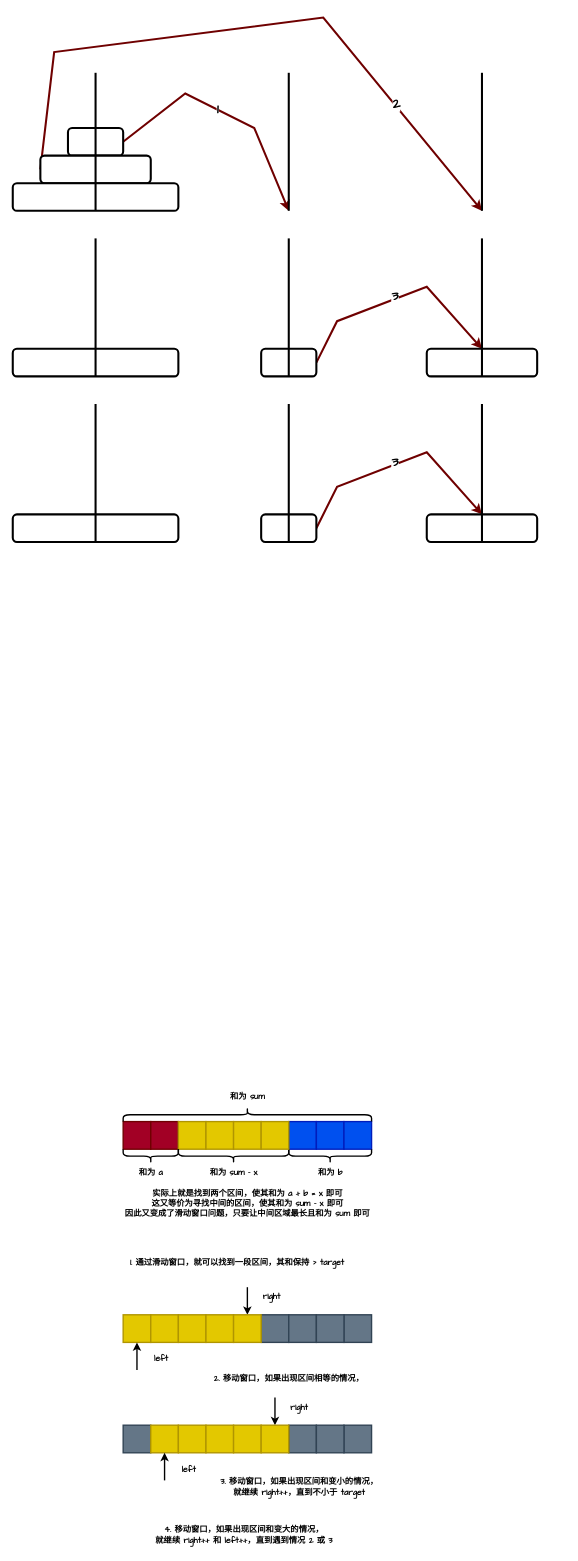
Before: ExerciseNote/分类题目.drawio in xiaogithubooo/LimouLearnNote, a draw.io diagram. Source tidied: cells renumbered, new cells numbered last; positions are measured from the earlier drawing's top-left corner, leaving out a move shared by most shapes. Both pictures are drawn from the tidied source at 69%, with x=0, y=0 at pixel (12, 17).
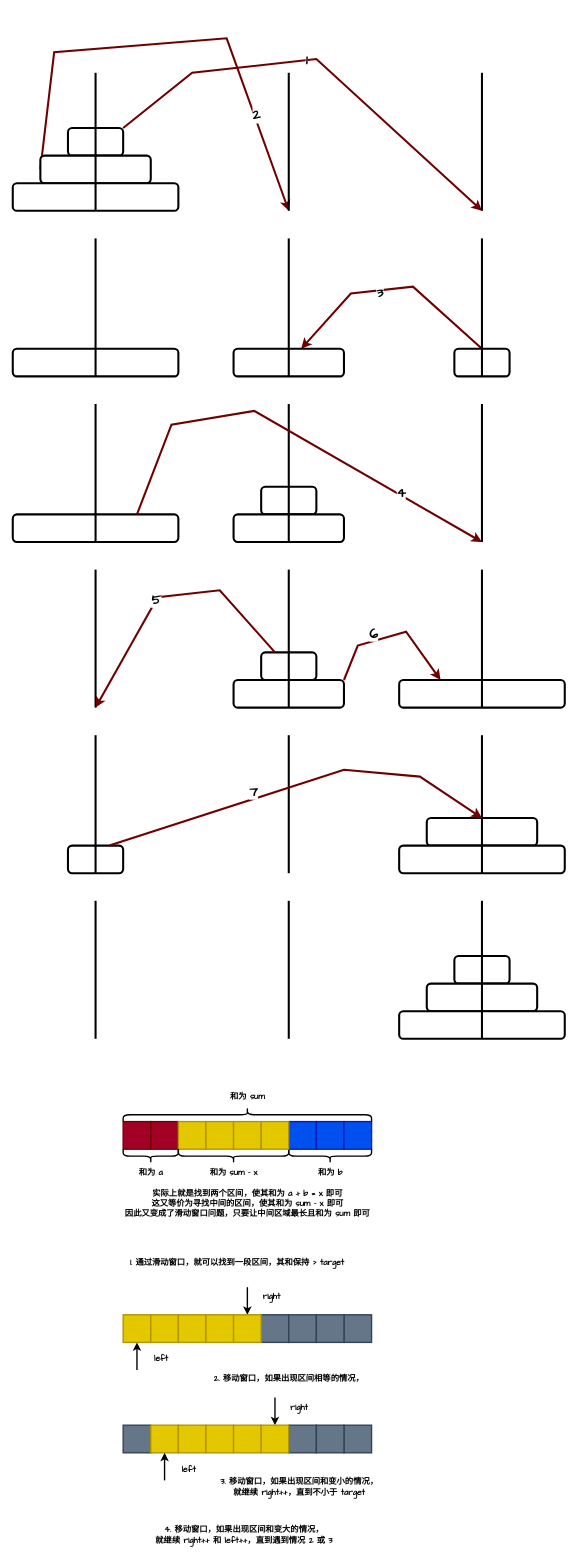
After the change.

Unchanged cells that the change refers to:
```xml
<mxCell id="4" style="rounded=1;whiteSpace=wrap;html=1;strokeWidth=3;fontFamily=Comic Sans MS;" parent="1" vertex="1">
  <mxGeometry x="80" y="160" width="80" height="40" as="geometry" />
</mxCell>
<mxCell id="7" style="rounded=1;whiteSpace=wrap;html=1;strokeWidth=3;fontFamily=Comic Sans MS;" parent="1" vertex="1">
  <mxGeometry x="40" y="200" width="160" height="40" as="geometry" />
</mxCell>
<mxCell id="24" style="rounded=1;whiteSpace=wrap;html=1;strokeWidth=3;fontFamily=Comic Sans MS;" parent="1" vertex="1">
  <mxGeometry y="720" width="240" height="40" as="geometry" />
</mxCell>
```

The edit, as a diff of the source:
```diff
@@
-    <mxCell id="2" style="rounded=0;jettySize=auto;html=1;exitX=1;exitY=0.5;exitDx=0;exitDy=0;strokeWidth=3;fillColor=#a20025;strokeColor=#6F0000;fontFamily=Comic Sans MS;" parent="1" edge="1" source="4">
+    <mxCell id="2" style="rounded=0;jettySize=auto;html=1;exitX=1;exitY=0;exitDx=0;exitDy=0;strokeWidth=3;fillColor=#a20025;strokeColor=#6F0000;fontFamily=Comic Sans MS;" parent="1" edge="1" source="4">
       <mxGeometry relative="1" as="geometry">
-        <mxPoint x="400" y="280" as="targetPoint" />
+        <mxPoint x="680" y="280" as="targetPoint" />
         <Array as="points">
-          <mxPoint x="250" y="110" />
-          <mxPoint x="350" y="160" />
+          <mxPoint x="260" y="80" />
+          <mxPoint x="440" y="60" />
         </Array>
       </mxGeometry>
     </mxCell>
@@
     <mxCell id="5" style="rounded=0;jettySize=auto;html=1;exitX=0;exitY=0.5;exitDx=0;exitDy=0;strokeWidth=3;fillColor=#a20025;strokeColor=#6F0000;fontFamily=Comic Sans MS;" parent="1" edge="1" source="7">
       <mxGeometry relative="1" as="geometry">
-        <mxPoint x="680" y="280" as="targetPoint" />
+        <mxPoint x="400" y="280" as="targetPoint" />
         <Array as="points">
           <mxPoint x="60" y="50" />
-          <mxPoint x="450" />
+          <mxPoint x="310" y="30" />
         </Array>
       </mxGeometry>
     </mxCell>
@@
-    <mxCell id="12" style="rounded=0;jettySize=auto;html=1;exitX=1;exitY=0.5;exitDx=0;exitDy=0;strokeWidth=3;fillColor=#a20025;strokeColor=#6F0000;fontFamily=Comic Sans MS;" parent="1" edge="1" source="14">
+    <mxCell id="12" style="rounded=0;jettySize=auto;html=1;strokeWidth=3;fillColor=#a20025;strokeColor=#6F0000;fontFamily=Comic Sans MS;" parent="1" edge="1" target="15">
       <mxGeometry relative="1" as="geometry">
-        <mxPoint x="680" y="480" as="targetPoint" />
+        <mxPoint x="680" y="480" as="sourcePoint" />
         <Array as="points">
-          <mxPoint x="470" y="440" />
-          <mxPoint x="600" y="390" />
+          <mxPoint x="580" y="390" />
+          <mxPoint x="490" y="400" />
         </Array>
       </mxGeometry>
     </mxCell>
     <mxCell id="13" value="3" style="edgeLabel;html=1;align=center;verticalAlign=middle;fontFamily=Comic Sans MS;fontStyle=1;fontSize=20;" parent="12" vertex="1">
-      <mxGeometry x="-0.03" y="5" relative="1" as="geometry" />
+      <mxGeometry x="-0.03" y="5" relative="1" as="geometry">
+        <mxPoint x="-23" as="offset" />
+      </mxGeometry>
     </mxCell>
     <mxCell id="14" style="rounded=1;whiteSpace=wrap;html=1;strokeWidth=3;fontFamily=Comic Sans MS;" parent="1" vertex="1">
-      <mxGeometry x="360" y="480" width="80" height="40" as="geometry" />
+      <mxGeometry x="640" y="480" width="80" height="40" as="geometry" />
     </mxCell>
     <mxCell id="15" style="rounded=1;whiteSpace=wrap;html=1;strokeWidth=3;fontFamily=Comic Sans MS;" parent="1" vertex="1">
-      <mxGeometry x="600" y="480" width="160" height="40" as="geometry" />
+      <mxGeometry x="320" y="480" width="160" height="40" as="geometry" />
     </mxCell>
@@
-    <mxCell id="20" style="rounded=0;jettySize=auto;html=1;exitX=1;exitY=0.5;exitDx=0;exitDy=0;strokeWidth=3;fillColor=#a20025;strokeColor=#6F0000;fontFamily=Comic Sans MS;" parent="1" edge="1" source="22">
-      <mxGeometry relative="1" as="geometry">
-        <mxPoint x="680" y="720" as="targetPoint" />
-        <Array as="points">
-          <mxPoint x="470" y="680" />
-          <mxPoint x="600" y="630" />
-        </Array>
-      </mxGeometry>
-    </mxCell>
-    <mxCell id="21" value="3" style="edgeLabel;html=1;align=center;verticalAlign=middle;fontFamily=Comic Sans MS;fontStyle=1;fontSize=20;" parent="20" vertex="1">
-      <mxGeometry x="-0.03" y="5" relative="1" as="geometry" />
-    </mxCell>
     <mxCell id="22" style="rounded=1;whiteSpace=wrap;html=1;strokeWidth=3;fontFamily=Comic Sans MS;" parent="1" vertex="1">
-      <mxGeometry x="360" y="720" width="80" height="40" as="geometry" />
+      <mxGeometry x="360" y="680" width="80" height="40" as="geometry" />
     </mxCell>
     <mxCell id="23" style="rounded=1;whiteSpace=wrap;html=1;strokeWidth=3;fontFamily=Comic Sans MS;" parent="1" vertex="1">
-      <mxGeometry x="600" y="720" width="160" height="40" as="geometry" />
+      <mxGeometry x="320" y="720" width="160" height="40" as="geometry" />
     </mxCell>
@@
+    <mxCell id="76" style="rounded=0;jettySize=auto;html=1;exitX=0.75;exitY=0;exitDx=0;exitDy=0;strokeWidth=3;fillColor=#a20025;strokeColor=#6F0000;fontFamily=Comic Sans MS;" parent="1" edge="1" source="24">
+      <mxGeometry relative="1" as="geometry">
+        <mxPoint x="680" y="760" as="targetPoint" />
+        <Array as="points">
+          <mxPoint x="230" y="590" />
+          <mxPoint x="350" y="570" />
+        </Array>
+      </mxGeometry>
+    </mxCell>
+    <mxCell id="77" value="4" style="edgeLabel;html=1;align=center;verticalAlign=middle;fontStyle=1;fontFamily=Comic Sans MS;fontSize=20;" parent="76" vertex="1">
+      <mxGeometry x="0.57" y="3" relative="1" as="geometry" />
+    </mxCell>
+    <mxCell id="78" style="rounded=1;whiteSpace=wrap;html=1;strokeWidth=3;fontFamily=Comic Sans MS;" parent="1" vertex="1">
+      <mxGeometry x="360" y="920" width="80" height="40" as="geometry" />
+    </mxCell>
+    <mxCell id="79" style="rounded=1;whiteSpace=wrap;html=1;strokeWidth=3;fontFamily=Comic Sans MS;" parent="1" vertex="1">
+      <mxGeometry x="320" y="960" width="160" height="40" as="geometry" />
+    </mxCell>
+    <mxCell id="80" style="rounded=1;whiteSpace=wrap;html=1;strokeWidth=3;fontFamily=Comic Sans MS;" parent="1" vertex="1">
+      <mxGeometry x="560" y="960" width="240" height="40" as="geometry" />
+    </mxCell>
+    <mxCell id="81" style="endArrow=none;html=1;rounded=0;strokeWidth=3;fontFamily=Comic Sans MS;" parent="1" edge="1">
+      <mxGeometry relative="1" as="geometry">
+        <mxPoint x="120" y="1000" as="sourcePoint" />
+        <mxPoint x="120" y="800" as="targetPoint" />
+      </mxGeometry>
+    </mxCell>
+    <mxCell id="82" style="endArrow=none;html=1;rounded=0;strokeWidth=3;fontFamily=Comic Sans MS;" parent="1" edge="1">
+      <mxGeometry relative="1" as="geometry">
+        <mxPoint x="400" y="1000" as="sourcePoint" />
+        <mxPoint x="400" y="800" as="targetPoint" />
+      </mxGeometry>
+    </mxCell>
+    <mxCell id="83" style="endArrow=none;html=1;rounded=0;strokeWidth=3;fontFamily=Comic Sans MS;" parent="1" edge="1">
+      <mxGeometry relative="1" as="geometry">
+        <mxPoint x="680" y="1000" as="sourcePoint" />
+        <mxPoint x="680" y="800" as="targetPoint" />
+      </mxGeometry>
+    </mxCell>
+    <mxCell id="84" style="rounded=0;jettySize=auto;html=1;strokeWidth=3;fillColor=#a20025;strokeColor=#6F0000;fontFamily=Comic Sans MS;exitX=0.25;exitY=0;exitDx=0;exitDy=0;" parent="1" edge="1" source="78">
+      <mxGeometry relative="1" as="geometry">
+        <mxPoint x="120" y="1000" as="targetPoint" />
+        <Array as="points">
+          <mxPoint x="300" y="830" />
+          <mxPoint x="210" y="840" />
+        </Array>
+      </mxGeometry>
+    </mxCell>
+    <mxCell id="85" value="5" style="edgeLabel;html=1;align=center;verticalAlign=middle;fontFamily=Comic Sans MS;fontStyle=1;fontSize=20;" parent="84" vertex="1">
+      <mxGeometry x="-0.03" y="5" relative="1" as="geometry">
+        <mxPoint x="-23" as="offset" />
+      </mxGeometry>
+    </mxCell>
+    <mxCell id="86" style="rounded=0;jettySize=auto;html=1;strokeWidth=3;fillColor=#a20025;strokeColor=#6F0000;fontFamily=Comic Sans MS;exitX=1;exitY=0;exitDx=0;exitDy=0;entryX=0.25;entryY=0;entryDx=0;entryDy=0;" parent="1" edge="1" source="79" target="80">
+      <mxGeometry relative="1" as="geometry">
+        <Array as="points">
+          <mxPoint x="500" y="910" />
+          <mxPoint x="570" y="890" />
+        </Array>
+      </mxGeometry>
+    </mxCell>
+    <mxCell id="87" value="6" style="edgeLabel;html=1;align=center;verticalAlign=middle;fontFamily=Comic Sans MS;fontStyle=1;fontSize=20;" parent="86" vertex="1">
+      <mxGeometry x="-0.03" y="5" relative="1" as="geometry">
+        <mxPoint x="-23" as="offset" />
+      </mxGeometry>
+    </mxCell>
+    <mxCell id="88" style="rounded=1;whiteSpace=wrap;html=1;strokeWidth=3;fontFamily=Comic Sans MS;" parent="1" vertex="1">
+      <mxGeometry x="80" y="1200" width="80" height="40" as="geometry" />
+    </mxCell>
+    <mxCell id="89" style="rounded=1;whiteSpace=wrap;html=1;strokeWidth=3;fontFamily=Comic Sans MS;" parent="1" vertex="1">
+      <mxGeometry x="600" y="1160" width="160" height="40" as="geometry" />
+    </mxCell>
+    <mxCell id="90" style="rounded=1;whiteSpace=wrap;html=1;strokeWidth=3;fontFamily=Comic Sans MS;" parent="1" vertex="1">
+      <mxGeometry x="560" y="1200" width="240" height="40" as="geometry" />
+    </mxCell>
+    <mxCell id="91" style="endArrow=none;html=1;rounded=0;strokeWidth=3;fontFamily=Comic Sans MS;" parent="1" edge="1">
+      <mxGeometry relative="1" as="geometry">
+        <mxPoint x="120" y="1240" as="sourcePoint" />
+        <mxPoint x="120" y="1040" as="targetPoint" />
+      </mxGeometry>
+    </mxCell>
+    <mxCell id="92" style="endArrow=none;html=1;rounded=0;strokeWidth=3;fontFamily=Comic Sans MS;" parent="1" edge="1">
+      <mxGeometry relative="1" as="geometry">
+        <mxPoint x="400" y="1240" as="sourcePoint" />
+        <mxPoint x="400" y="1040" as="targetPoint" />
+      </mxGeometry>
+    </mxCell>
+    <mxCell id="93" style="endArrow=none;html=1;rounded=0;strokeWidth=3;fontFamily=Comic Sans MS;" parent="1" edge="1">
+      <mxGeometry relative="1" as="geometry">
+        <mxPoint x="680" y="1240" as="sourcePoint" />
+        <mxPoint x="680" y="1040" as="targetPoint" />
+      </mxGeometry>
+    </mxCell>
+    <mxCell id="94" style="rounded=0;jettySize=auto;html=1;strokeWidth=3;fillColor=#a20025;strokeColor=#6F0000;fontFamily=Comic Sans MS;exitX=0.75;exitY=0;exitDx=0;exitDy=0;entryX=0.5;entryY=0;entryDx=0;entryDy=0;" parent="1" edge="1" source="88" target="89">
+      <mxGeometry relative="1" as="geometry">
+        <Array as="points">
+          <mxPoint x="480" y="1090" />
+          <mxPoint x="590" y="1100" />
+        </Array>
+      </mxGeometry>
+    </mxCell>
+    <mxCell id="95" value="7" style="edgeLabel;html=1;align=center;verticalAlign=middle;fontFamily=Comic Sans MS;fontStyle=1;fontSize=20;" parent="94" vertex="1">
+      <mxGeometry x="-0.03" y="5" relative="1" as="geometry">
+        <mxPoint x="-55" y="11" as="offset" />
+      </mxGeometry>
+    </mxCell>
+    <mxCell id="96" style="rounded=1;whiteSpace=wrap;html=1;strokeWidth=3;fontFamily=Comic Sans MS;" parent="1" vertex="1">
+      <mxGeometry x="640" y="1360" width="80" height="40" as="geometry" />
+    </mxCell>
+    <mxCell id="97" style="rounded=1;whiteSpace=wrap;html=1;strokeWidth=3;fontFamily=Comic Sans MS;" parent="1" vertex="1">
+      <mxGeometry x="600" y="1400" width="160" height="40" as="geometry" />
+    </mxCell>
+    <mxCell id="98" style="rounded=1;whiteSpace=wrap;html=1;strokeWidth=3;fontFamily=Comic Sans MS;" parent="1" vertex="1">
+      <mxGeometry x="560" y="1440" width="240" height="40" as="geometry" />
+    </mxCell>
+    <mxCell id="99" style="endArrow=none;html=1;rounded=0;strokeWidth=3;fontFamily=Comic Sans MS;" parent="1" edge="1">
+      <mxGeometry relative="1" as="geometry">
+        <mxPoint x="120" y="1480" as="sourcePoint" />
+        <mxPoint x="120" y="1280" as="targetPoint" />
+      </mxGeometry>
+    </mxCell>
+    <mxCell id="100" style="endArrow=none;html=1;rounded=0;strokeWidth=3;fontFamily=Comic Sans MS;" parent="1" edge="1">
+      <mxGeometry relative="1" as="geometry">
+        <mxPoint x="400" y="1480" as="sourcePoint" />
+        <mxPoint x="400" y="1280" as="targetPoint" />
+      </mxGeometry>
+    </mxCell>
+    <mxCell id="101" style="endArrow=none;html=1;rounded=0;strokeWidth=3;fontFamily=Comic Sans MS;" parent="1" edge="1">
+      <mxGeometry relative="1" as="geometry">
+        <mxPoint x="680" y="1480" as="sourcePoint" />
+        <mxPoint x="680" y="1280" as="targetPoint" />
+      </mxGeometry>
+    </mxCell>
```
